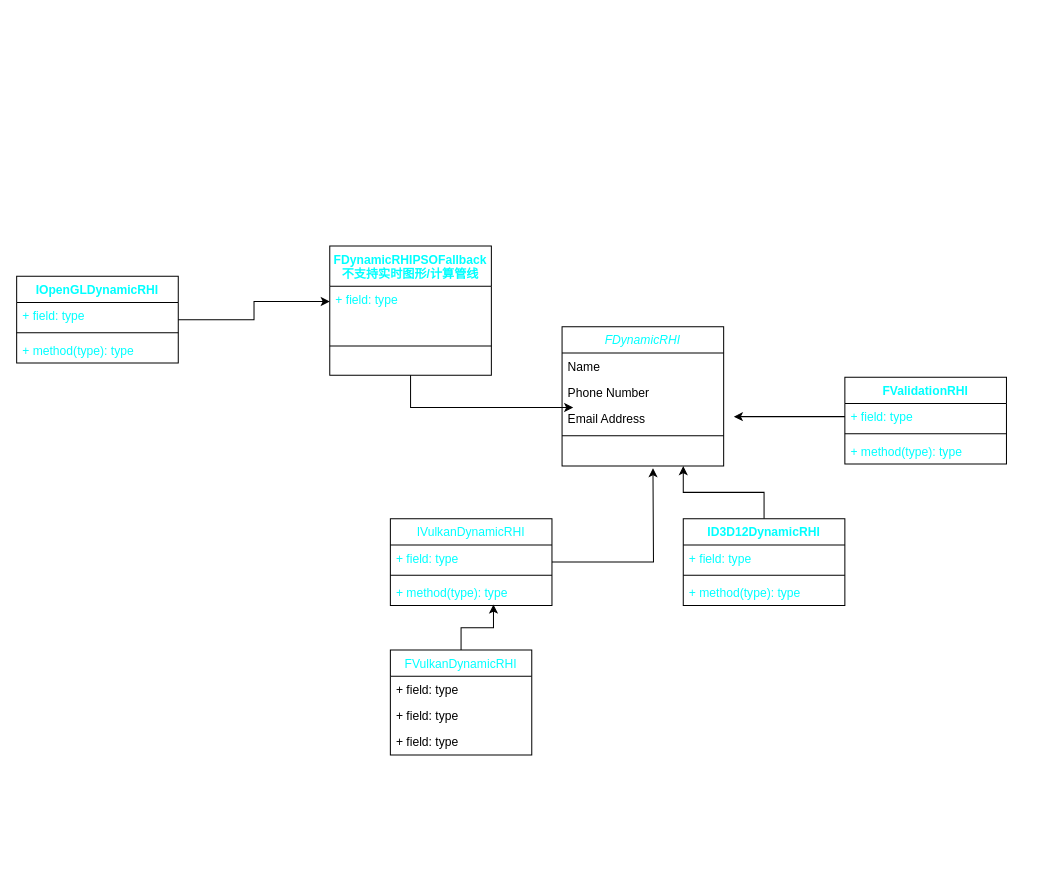
Before: 11/Graphic/RHI.drawio in paridas0813/WebApp, a draw.io diagram. Source tidied: cells renumbered, new cells numbered last; positions are measured from the earlier drawing's top-left corner, leaving out a move shared by most shapes. Both pictures are drawn from the tidied source at 101%, with x=0, y=0 at pixel (16, 245).
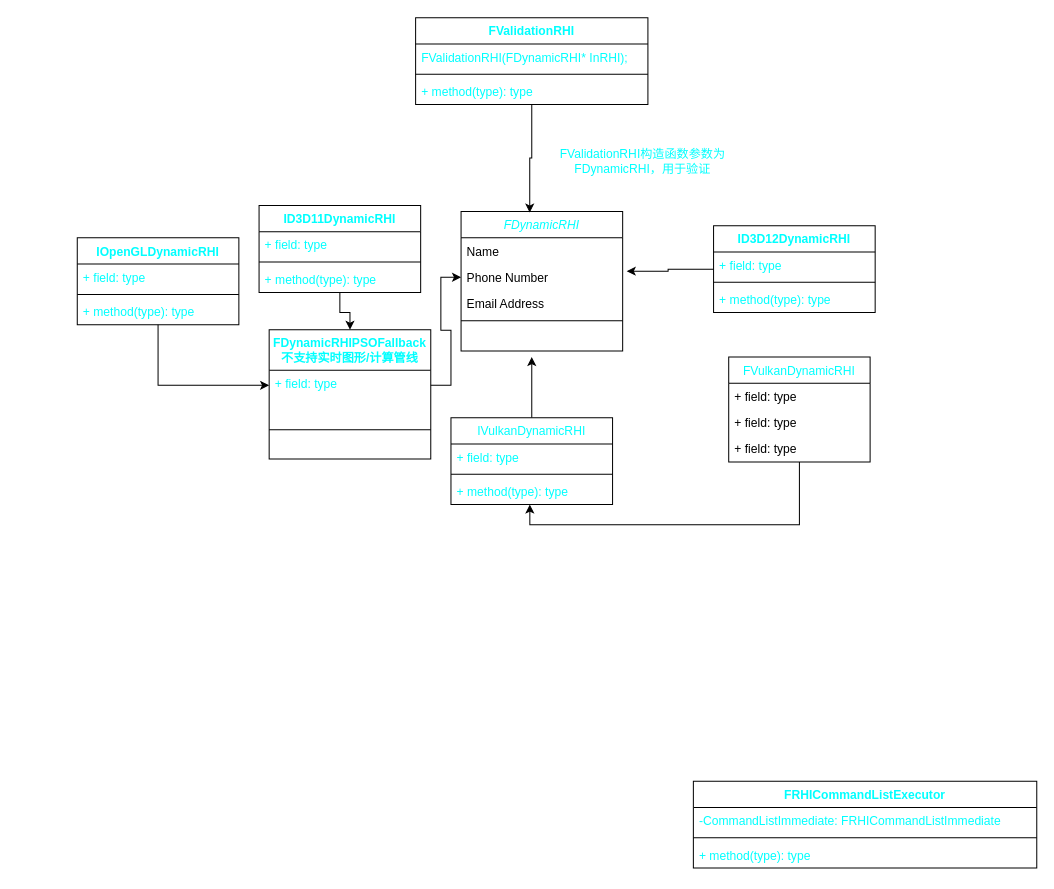
The same page after the edit.

Unchanged cells that the change refers to:
```xml
<mxCell id="4" value="Phone Number" style="text;align=left;verticalAlign=top;spacingLeft=4;spacingRight=4;overflow=hidden;points=[[0,0.5],[1,0.5]];portConstraint=eastwest;rounded=0;shadow=0;html=0;" parent="2" vertex="1">
  <mxGeometry y="52" width="160" height="26" as="geometry" />
</mxCell>
<mxCell id="5" value="Email Address" style="text;align=left;verticalAlign=top;spacingLeft=4;spacingRight=4;overflow=hidden;points=[[0,0.5],[1,0.5]];portConstraint=eastwest;rounded=0;shadow=0;html=0;" parent="2" vertex="1">
  <mxGeometry y="78" width="160" height="26" as="geometry" />
</mxCell>
<mxCell id="11" value="+ method(type): type" style="text;strokeColor=none;fillColor=none;align=left;verticalAlign=top;spacingLeft=4;spacingRight=4;overflow=hidden;points=[[0,0.5],[1,0.5]];portConstraint=eastwest;fontColor=#00FFFF;" parent="8" vertex="1">
  <mxGeometry y="60" width="160" height="26" as="geometry" />
</mxCell>
<mxCell id="24" value="+ field: type" style="text;strokeColor=none;fillColor=none;align=left;verticalAlign=top;spacingLeft=4;spacingRight=4;overflow=hidden;points=[[0,0.5],[1,0.5]];portConstraint=eastwest;fontColor=#00FFFF;" parent="23" vertex="1">
  <mxGeometry y="40" width="160" height="30" as="geometry" />
</mxCell>
```

What changed in the source:
```diff
@@
     <mxCell id="2" value="FDynamicRHI" style="swimlane;fontStyle=2;align=center;verticalAlign=top;horizontal=1;startSize=26;rounded=0;shadow=0;strokeWidth=1;fontColor=#00FFFF;" parent="1" vertex="1">
-      <mxGeometry x="540" y="80" width="160" height="138" as="geometry" />
+      <mxGeometry x="440" y="-34" width="160" height="138" as="geometry" />
     </mxCell>
@@
     <mxCell id="7" style="edgeStyle=orthogonalEdgeStyle;rounded=0;jettySize=auto;html=1;fontColor=#00FFFF;" parent="1" edge="1" source="8">
       <mxGeometry relative="1" as="geometry">
-        <mxPoint x="630" y="220" as="targetPoint" />
+        <mxPoint x="510" y="110" as="targetPoint" />
       </mxGeometry>
     </mxCell>
     <mxCell id="8" value="IVulkanDynamicRHI" style="swimlane;fontStyle=0;align=center;verticalAlign=top;horizontal=1;startSize=26;fontColor=#00FFFF;" parent="1" vertex="1">
-      <mxGeometry x="370" y="270" width="160" height="86" as="geometry" />
+      <mxGeometry x="430" y="170" width="160" height="86" as="geometry" />
     </mxCell>
@@
-    <mxCell id="12" style="edgeStyle=orthogonalEdgeStyle;rounded=0;jettySize=auto;html=1;entryX=0.75;entryY=1;entryDx=0;entryDy=0;fontColor=#00FFFF;" parent="1" edge="1" source="13" target="2">
-      <mxGeometry relative="1" as="geometry" />
-    </mxCell>
+    <mxCell id="36" style="edgeStyle=orthogonalEdgeStyle;rounded=0;jettySize=auto;html=1;entryX=1.025;entryY=0.269;entryDx=0;entryDy=0;entryPerimeter=0;fontColor=#00FFFF;" parent="1" edge="1" source="13" target="4">
+      <mxGeometry relative="1" as="geometry" />
+    </mxCell>
     <mxCell id="13" value="ID3D12DynamicRHI" style="swimlane;fontStyle=1;align=center;verticalAlign=top;horizontal=1;startSize=26;fontColor=#00FFFF;" parent="1" vertex="1">
-      <mxGeometry x="660" y="270" width="160" height="86" as="geometry" />
+      <mxGeometry x="690" y="-20" width="160" height="86" as="geometry" />
     </mxCell>
@@
+    <mxCell id="37" style="edgeStyle=orthogonalEdgeStyle;rounded=0;jettySize=auto;html=1;entryX=0.425;entryY=0.007;entryDx=0;entryDy=0;entryPerimeter=0;fontColor=#00FFFF;" parent="1" edge="1" source="17" target="2">
+      <mxGeometry relative="1" as="geometry" />
+    </mxCell>
     <mxCell id="17" value="FValidationRHI" style="swimlane;fontStyle=1;align=center;verticalAlign=top;horizontal=1;startSize=26;fontColor=#00FFFF;" parent="1" vertex="1">
-      <mxGeometry x="820" y="130" width="160" height="86" as="geometry" />
+      <mxGeometry x="395" y="-226" width="230" height="86" as="geometry" />
     </mxCell>
-    <mxCell id="18" value="+ field: type" style="text;strokeColor=none;fillColor=none;align=left;verticalAlign=top;spacingLeft=4;spacingRight=4;overflow=hidden;points=[[0,0.5],[1,0.5]];portConstraint=eastwest;fontColor=#00FFFF;" parent="17" vertex="1">
-      <mxGeometry y="26" width="160" height="26" as="geometry" />
+    <mxCell id="18" value="FValidationRHI(FDynamicRHI* InRHI);" style="text;strokeColor=none;fillColor=none;align=left;verticalAlign=top;spacingLeft=4;spacingRight=4;overflow=hidden;points=[[0,0.5],[1,0.5]];portConstraint=eastwest;fontColor=#00FFFF;" parent="17" vertex="1">
+      <mxGeometry y="26" width="230" height="26" as="geometry" />
     </mxCell>
     <mxCell id="19" style="line;strokeWidth=1;fillColor=none;align=left;verticalAlign=middle;spacingTop=-1;spacingLeft=3;spacingRight=3;labelPosition=right;strokeColor=inherit;fontColor=#00FFFF;" parent="17" vertex="1">
-      <mxGeometry y="52" width="160" height="8" as="geometry" />
+      <mxGeometry y="52" width="230" height="8" as="geometry" />
     </mxCell>
     <mxCell id="20" value="+ method(type): type" style="text;strokeColor=none;fillColor=none;align=left;verticalAlign=top;spacingLeft=4;spacingRight=4;overflow=hidden;fontColor=#00FFFF;" parent="17" vertex="1">
-      <mxGeometry y="60" width="160" height="26" as="geometry" />
+      <mxGeometry y="60" width="230" height="26" as="geometry" />
     </mxCell>
-    <mxCell id="21" style="edgeStyle=orthogonalEdgeStyle;rounded=0;jettySize=auto;html=1;entryX=1.063;entryY=0.423;entryDx=0;entryDy=0;entryPerimeter=0;fontColor=#00FFFF;" parent="1" edge="1" source="18" target="5">
-      <mxGeometry relative="1" as="geometry" />
-    </mxCell>
-    <mxCell id="22" style="edgeStyle=orthogonalEdgeStyle;rounded=0;jettySize=auto;html=1;entryX=0.069;entryY=0.077;entryDx=0;entryDy=0;entryPerimeter=0;fontColor=#00FFFF;" parent="1" edge="1" source="23" target="5">
-      <mxGeometry relative="1" as="geometry" />
-    </mxCell>
     <mxCell id="23" value="FDynamicRHIPSOFallback&#10;不支持实时图形/计算管线&#10;" style="swimlane;fontStyle=1;align=center;verticalAlign=top;horizontal=1;startSize=40;fontColor=#00FFFF;" parent="1" vertex="1">
-      <mxGeometry x="310" width="160" height="128" as="geometry" />
+      <mxGeometry x="250" y="83" width="160" height="128" as="geometry" />
     </mxCell>
@@
-    <mxCell id="26" style="edgeStyle=orthogonalEdgeStyle;rounded=0;jettySize=auto;html=1;entryX=0.638;entryY=0.962;entryDx=0;entryDy=0;entryPerimeter=0;fontColor=#00FFFF;" parent="1" edge="1" source="27" target="11">
+    <mxCell id="26" style="edgeStyle=orthogonalEdgeStyle;rounded=0;jettySize=auto;html=1;entryX=0.488;entryY=1;entryDx=0;entryDy=0;entryPerimeter=0;fontColor=#00FFFF;" parent="1" edge="1" source="27" target="11">
       <mxGeometry relative="1" as="geometry" />
     </mxCell>
     <mxCell id="27" value="FVulkanDynamicRHI" style="swimlane;fontStyle=0;horizontal=1;startSize=26;fillColor=none;fontColor=#00FFFF;" parent="1" vertex="1">
-      <mxGeometry x="370" y="400" width="140" height="104" as="geometry" />
+      <mxGeometry x="705" y="110" width="140" height="104" as="geometry" />
     </mxCell>
@@
     <mxCell id="32" value="IOpenGLDynamicRHI" style="swimlane;fontStyle=1;align=center;verticalAlign=top;horizontal=1;startSize=26;fontColor=#00FFFF;" parent="1" vertex="1">
-      <mxGeometry y="30" width="160" height="86" as="geometry" />
+      <mxGeometry x="60" y="-8" width="160" height="86" as="geometry" />
     </mxCell>
@@
+    <mxCell id="38" style="edgeStyle=orthogonalEdgeStyle;rounded=0;jettySize=auto;html=1;entryX=0;entryY=0.5;entryDx=0;entryDy=0;fontColor=#00FFFF;" parent="1" edge="1" source="24" target="4">
+      <mxGeometry relative="1" as="geometry" />
+    </mxCell>
+    <mxCell id="39" style="edgeStyle=orthogonalEdgeStyle;rounded=0;jettySize=auto;html=1;entryX=0.5;entryY=0;entryDx=0;entryDy=0;fontColor=#00FFFF;" parent="1" edge="1" source="40" target="23">
+      <mxGeometry relative="1" as="geometry" />
+    </mxCell>
+    <mxCell id="40" value="ID3D11DynamicRHI" style="swimlane;fontStyle=1;align=center;verticalAlign=top;horizontal=1;startSize=26;fontColor=#00FFFF;" parent="1" vertex="1">
+      <mxGeometry x="240" y="-40" width="160" height="86" as="geometry" />
+    </mxCell>
+    <mxCell id="41" value="+ field: type" style="text;strokeColor=none;fillColor=none;align=left;verticalAlign=top;spacingLeft=4;spacingRight=4;overflow=hidden;fontColor=#00FFFF;" parent="40" vertex="1">
+      <mxGeometry y="26" width="160" height="26" as="geometry" />
+    </mxCell>
+    <mxCell id="42" style="line;strokeWidth=1;fillColor=none;align=left;verticalAlign=middle;spacingTop=-1;spacingLeft=3;spacingRight=3;labelPosition=right;strokeColor=inherit;fontColor=#00FFFF;" parent="40" vertex="1">
+      <mxGeometry y="52" width="160" height="8" as="geometry" />
+    </mxCell>
+    <mxCell id="43" value="+ method(type): type" style="text;strokeColor=none;fillColor=none;align=left;verticalAlign=top;spacingLeft=4;spacingRight=4;overflow=hidden;fontColor=#00FFFF;" parent="40" vertex="1">
+      <mxGeometry y="60" width="160" height="26" as="geometry" />
+    </mxCell>
+    <mxCell id="44" value="FValidationRHI构造函数参数为FDynamicRHI，用于验证" style="text;html=1;strokeColor=none;fillColor=none;align=center;verticalAlign=middle;whiteSpace=wrap;rounded=0;fontColor=#00FFFF;" parent="1" vertex="1">
+      <mxGeometry x="520" y="-134" width="200" height="100" as="geometry" />
+    </mxCell>
+    <mxCell id="45" value="FRHICommandListExecutor" style="swimlane;fontStyle=1;align=center;verticalAlign=top;horizontal=1;startSize=26;fontColor=#00FFFF;" parent="1" vertex="1">
+      <mxGeometry x="670" y="530" width="340" height="86" as="geometry" />
+    </mxCell>
+    <mxCell id="46" value="-CommandListImmediate: FRHICommandListImmediate" style="text;strokeColor=none;fillColor=none;align=left;verticalAlign=top;spacingLeft=4;spacingRight=4;overflow=hidden;fontColor=#00FFFF;" parent="45" vertex="1">
+      <mxGeometry y="26" width="340" height="26" as="geometry" />
+    </mxCell>
+    <mxCell id="47" style="line;strokeWidth=1;fillColor=none;align=left;verticalAlign=middle;spacingTop=-1;spacingLeft=3;spacingRight=3;labelPosition=right;strokeColor=inherit;fontColor=#00FFFF;" parent="45" vertex="1">
+      <mxGeometry y="52" width="340" height="8" as="geometry" />
+    </mxCell>
+    <mxCell id="48" value="+ method(type): type" style="text;strokeColor=none;fillColor=none;align=left;verticalAlign=top;spacingLeft=4;spacingRight=4;overflow=hidden;fontColor=#00FFFF;" parent="45" vertex="1">
+      <mxGeometry y="60" width="340" height="26" as="geometry" />
+    </mxCell>
```
